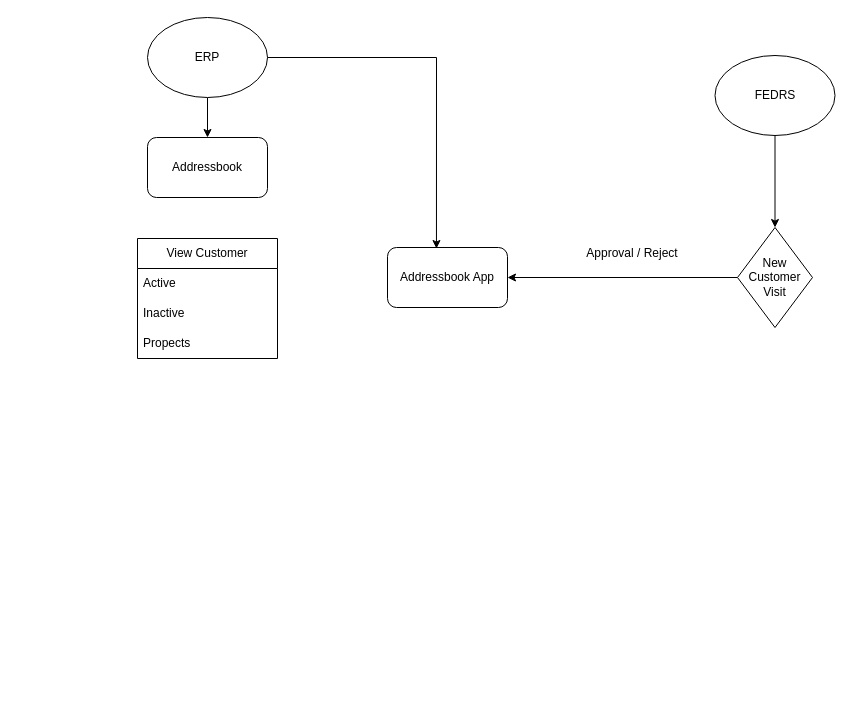
Above: Addressbook_Flow.drawio in Sathyapriya30/MERN_CRUD_BACKEND (draw.io), before the change. Source tidied: cells renumbered, new cells numbered last; positions are measured from the earlier drawing's top-left corner, leaving out a move shared by most shapes. Both pictures are drawn from the tidied source at 100%, with x=0, y=0 at pixel (137, 17).
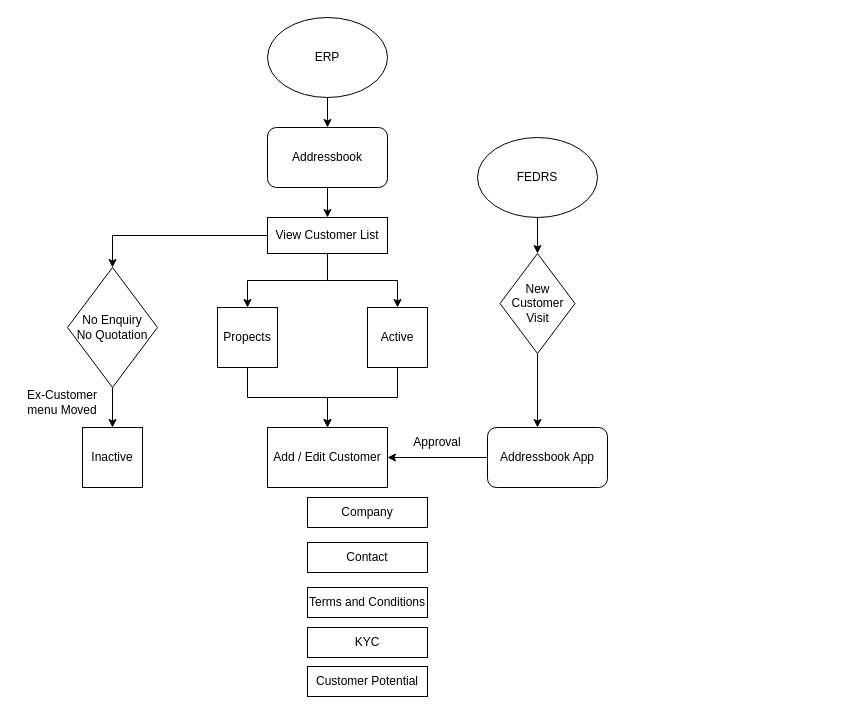
Above is the later version.

The edit, as a diff of the source:
```diff
@@
+    <mxCell id="16" style="edgeStyle=orthogonalEdgeStyle;rounded=0;jettySize=auto;html=1;" parent="1" edge="1" source="2" target="22">
+      <mxGeometry relative="1" as="geometry" />
+    </mxCell>
     <mxCell id="2" value="Addressbook" style="rounded=1;whiteSpace=wrap;html=1;" parent="1" vertex="1">
-      <mxGeometry x="10" y="120" width="120" height="60" as="geometry" />
+      <mxGeometry x="130" y="110" width="120" height="60" as="geometry" />
     </mxCell>
+    <mxCell id="17" style="edgeStyle=orthogonalEdgeStyle;rounded=0;jettySize=auto;html=1;entryX=1;entryY=0.5;entryDx=0;entryDy=0;" parent="1" edge="1" source="3" target="25">
+      <mxGeometry relative="1" as="geometry" />
+    </mxCell>
     <mxCell id="3" value="Addressbook App" style="rounded=1;whiteSpace=wrap;html=1;" parent="1" vertex="1">
-      <mxGeometry x="250" y="230" width="120" height="60" as="geometry" />
+      <mxGeometry x="350" y="410" width="120" height="60" as="geometry" />
     </mxCell>
@@
     <mxCell id="5" value="FEDRS" style="ellipse;whiteSpace=wrap;html=1;" parent="1" vertex="1">
-      <mxGeometry x="577.5" y="38" width="120" height="80" as="geometry" />
+      <mxGeometry x="340" y="120" width="120" height="80" as="geometry" />
     </mxCell>
-    <mxCell id="6" style="edgeStyle=orthogonalEdgeStyle;rounded=0;jettySize=auto;html=1;entryX=1;entryY=0.5;entryDx=0;entryDy=0;" parent="1" edge="1" source="7" target="3">
-      <mxGeometry relative="1" as="geometry" />
-    </mxCell>
     <mxCell id="7" value="New Customer Visit" style="rhombus;whiteSpace=wrap;html=1;" parent="1" vertex="1">
-      <mxGeometry x="600" y="210" width="75" height="100" as="geometry" />
+      <mxGeometry x="362.5" y="236" width="75" height="100" as="geometry" />
     </mxCell>
@@
     <mxCell id="9" value="ERP" style="ellipse;whiteSpace=wrap;html=1;" parent="1" vertex="1">
-      <mxGeometry x="10" width="120" height="80" as="geometry" />
+      <mxGeometry x="130" width="120" height="80" as="geometry" />
     </mxCell>
-    <mxCell id="10" value="Approval / Reject" style="text;html=1;whiteSpace=wrap;strokeColor=none;fillColor=none;align=center;verticalAlign=middle;rounded=0;" parent="1" vertex="1">
-      <mxGeometry x="425" y="221" width="140" height="30" as="geometry" />
-    </mxCell>
-    <mxCell id="11" style="edgeStyle=orthogonalEdgeStyle;rounded=0;jettySize=auto;html=1;entryX=0.408;entryY=0.017;entryDx=0;entryDy=0;entryPerimeter=0;" parent="1" edge="1" source="9" target="3">
-      <mxGeometry relative="1" as="geometry" />
-    </mxCell>
-    <mxCell id="12" value="View Customer" style="swimlane;fontStyle=0;horizontal=1;startSize=30;whiteSpace=wrap;html=1;" parent="1" vertex="1">
-      <mxGeometry y="221" width="140" height="120" as="geometry" />
-    </mxCell>
+    <mxCell id="18" style="edgeStyle=orthogonalEdgeStyle;rounded=0;jettySize=auto;html=1;" parent="1" edge="1" source="13" target="25">
+      <mxGeometry relative="1" as="geometry" />
+    </mxCell>
-    <mxCell id="13" value="Active" style="text;strokeColor=none;fillColor=none;align=left;verticalAlign=middle;spacingLeft=4;spacingRight=4;overflow=hidden;points=[[0,0.5],[1,0.5]];portConstraint=eastwest;whiteSpace=wrap;html=1;" parent="12" vertex="1">
-      <mxGeometry y="30" width="140" height="30" as="geometry" />
+    <mxCell id="13" value="Active" style="rounded=0;whiteSpace=wrap;html=1;" parent="1" vertex="1">
+      <mxGeometry x="230" y="290" width="60" height="60" as="geometry" />
     </mxCell>
-    <mxCell id="14" value="Inactive" style="text;strokeColor=none;fillColor=none;align=left;verticalAlign=middle;spacingLeft=4;spacingRight=4;overflow=hidden;points=[[0,0.5],[1,0.5]];portConstraint=eastwest;whiteSpace=wrap;html=1;" parent="12" vertex="1">
-      <mxGeometry y="60" width="140" height="30" as="geometry" />
+    <mxCell id="14" value="Inactive" style="rounded=0;whiteSpace=wrap;html=1;" parent="1" vertex="1">
+      <mxGeometry x="-55" y="410" width="60" height="60" as="geometry" />
     </mxCell>
+    <mxCell id="19" style="edgeStyle=orthogonalEdgeStyle;rounded=0;jettySize=auto;html=1;" parent="1" edge="1" source="22" target="13">
+      <mxGeometry relative="1" as="geometry" />
+    </mxCell>
+    <mxCell id="20" style="edgeStyle=orthogonalEdgeStyle;rounded=0;jettySize=auto;html=1;entryX=0.5;entryY=0;entryDx=0;entryDy=0;" parent="1" edge="1" source="22" target="15">
+      <mxGeometry relative="1" as="geometry" />
+    </mxCell>
+    <mxCell id="21" style="edgeStyle=orthogonalEdgeStyle;rounded=0;jettySize=auto;html=1;entryX=0.5;entryY=0;entryDx=0;entryDy=0;" parent="1" edge="1" source="22" target="24">
+      <mxGeometry relative="1" as="geometry" />
+    </mxCell>
+    <mxCell id="22" value="View Customer List" style="rounded=0;whiteSpace=wrap;html=1;" parent="1" vertex="1">
+      <mxGeometry x="130" y="200" width="120" height="36" as="geometry" />
+    </mxCell>
+    <mxCell id="23" style="edgeStyle=orthogonalEdgeStyle;rounded=0;jettySize=auto;html=1;entryX=0.5;entryY=0;entryDx=0;entryDy=0;" parent="1" edge="1" source="24" target="14">
+      <mxGeometry relative="1" as="geometry" />
+    </mxCell>
+    <mxCell id="24" value="No Enquiry&lt;br&gt;No Quotation" style="rhombus;whiteSpace=wrap;html=1;" parent="1" vertex="1">
+      <mxGeometry x="-70" y="250" width="90" height="120" as="geometry" />
+    </mxCell>
+    <mxCell id="25" value="Add / Edit Customer" style="rounded=0;whiteSpace=wrap;html=1;" parent="1" vertex="1">
+      <mxGeometry x="130" y="410" width="120" height="60" as="geometry" />
+    </mxCell>
+    <mxCell id="26" style="edgeStyle=orthogonalEdgeStyle;rounded=0;jettySize=auto;html=1;" parent="1" edge="1" source="15" target="25">
+      <mxGeometry relative="1" as="geometry" />
+    </mxCell>
-    <mxCell id="15" value="Propects" style="text;strokeColor=none;fillColor=none;align=left;verticalAlign=middle;spacingLeft=4;spacingRight=4;overflow=hidden;points=[[0,0.5],[1,0.5]];portConstraint=eastwest;whiteSpace=wrap;html=1;" parent="12" vertex="1">
-      <mxGeometry y="90" width="140" height="30" as="geometry" />
+    <mxCell id="15" value="Propects" style="rounded=0;whiteSpace=wrap;html=1;" parent="1" vertex="1">
+      <mxGeometry x="80" y="290" width="60" height="60" as="geometry" />
     </mxCell>
+    <mxCell id="27" value="Approval" style="text;html=1;whiteSpace=wrap;strokeColor=none;fillColor=none;align=center;verticalAlign=middle;rounded=0;" parent="1" vertex="1">
+      <mxGeometry x="270" y="410" width="60" height="30" as="geometry" />
+    </mxCell>
+    <mxCell id="6" style="edgeStyle=orthogonalEdgeStyle;rounded=0;jettySize=auto;html=1;entryX=0.417;entryY=0;entryDx=0;entryDy=0;entryPerimeter=0;" parent="1" edge="1" source="7" target="3">
+      <mxGeometry relative="1" as="geometry" />
+    </mxCell>
+    <mxCell id="28" value="Ex-Customer menu Moved" style="text;html=1;whiteSpace=wrap;strokeColor=none;fillColor=none;align=center;verticalAlign=middle;rounded=0;" parent="1" vertex="1">
+      <mxGeometry x="-120" y="370" width="90" height="30" as="geometry" />
+    </mxCell>
+    <mxCell id="29" value="Company" style="rounded=0;whiteSpace=wrap;html=1;" parent="1" vertex="1">
+      <mxGeometry x="170" y="480" width="120" height="30" as="geometry" />
+    </mxCell>
+    <mxCell id="30" value="Contact" style="rounded=0;whiteSpace=wrap;html=1;" parent="1" vertex="1">
+      <mxGeometry x="170" y="525" width="120" height="30" as="geometry" />
+    </mxCell>
+    <mxCell id="31" value="Terms and Conditions" style="rounded=0;whiteSpace=wrap;html=1;" parent="1" vertex="1">
+      <mxGeometry x="170" y="570" width="120" height="30" as="geometry" />
+    </mxCell>
+    <mxCell id="32" value="KYC" style="rounded=0;whiteSpace=wrap;html=1;" parent="1" vertex="1">
+      <mxGeometry x="170" y="610" width="120" height="30" as="geometry" />
+    </mxCell>
+    <mxCell id="33" value="Customer Potential" style="rounded=0;whiteSpace=wrap;html=1;" parent="1" vertex="1">
+      <mxGeometry x="170" y="649" width="120" height="30" as="geometry" />
+    </mxCell>
```
